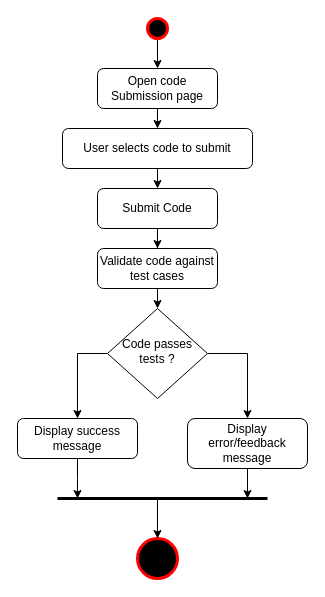
The draw.io diagram page "Code Submission" (8 of 15) of Activity Diagram.drawio in shamim36/Final-Defence-Diagram, before the edit. Source tidied: cells renumbered, new cells numbered last; positions are measured from the earlier drawing's top-left corner, leaving out a move shared by most shapes. Both pictures are drawn from the tidied source at 100%, with x=0, y=0 at pixel (17, 18).
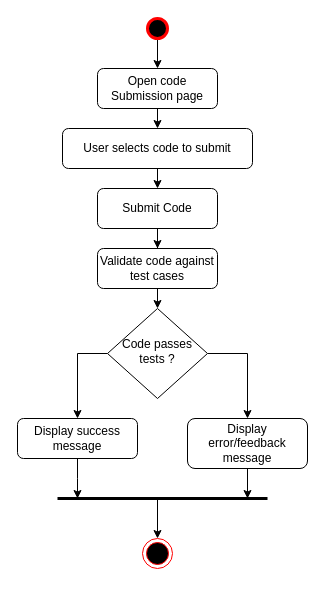
The same diagram, later.

What changed in the source:
```diff
@@
-    <mxCell id="12" style="strokeWidth=3;html=1;shape=mxgraph.flowchart.start_2;whiteSpace=wrap;sketch=0;fillStyle=solid;strokeColor=light-dark(#FF0000,#EDEDED);align=center;verticalAlign=middle;fontFamily=Helvetica;fontSize=12;fontColor=default;fillColor=#000000;" parent="1" vertex="1">
-      <mxGeometry x="120" y="520" width="40" height="40" as="geometry" />
-    </mxCell>
@@
-    <mxCell id="21" style="endArrow=classic;html=1;rounded=0;fontFamily=Helvetica;fontSize=12;fontColor=default;entryX=0.5;entryY=0;entryDx=0;entryDy=0;entryPerimeter=0;" parent="1" edge="1" target="12">
+    <mxCell id="21" style="endArrow=classic;html=1;rounded=0;fontFamily=Helvetica;fontSize=12;fontColor=default;entryX=0.5;entryY=0;entryDx=0;entryDy=0;entryPerimeter=0;" parent="1" edge="1">
       <mxGeometry relative="1" as="geometry">
         <mxPoint x="140" y="480" as="sourcePoint" />
+        <mxPoint x="140" y="520" as="targetPoint" />
       </mxGeometry>
     </mxCell>
+    <mxCell id="22" style="ellipse;html=1;shape=endState;fillColor=#000000;strokeColor=#ff0000;" parent="1" vertex="1">
+      <mxGeometry x="125" y="520" width="30" height="30" as="geometry" />
+    </mxCell>
```
